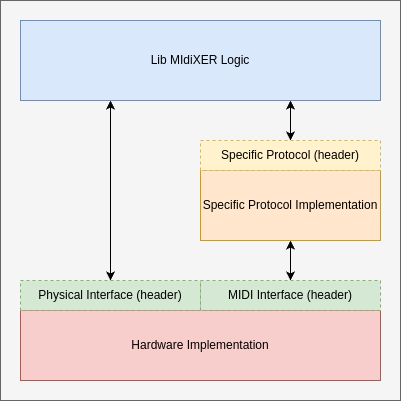
The draw.io diagram software/doc-files/arch.drawio.png in redivo/midixer, before a commit. Source tidied: cells renumbered, new cells last; positions are measured from the earlier drawing's top-left corner, leaving out a move shared by most shapes. Source of this version:
```xml
<mxGraphModel>
  <root>
    <mxCell id="0" />
    <mxCell id="1" parent="0" />
    <mxCell id="2" style="rounded=0;whiteSpace=wrap;html=1;fillColor=#f5f5f5;fontColor=#333333;strokeColor=#666666;" parent="1" vertex="1">
      <mxGeometry width="400" height="400" as="geometry" />
    </mxCell>
    <mxCell id="3" value="Hardware Implementation" style="rounded=0;whiteSpace=wrap;html=1;fillColor=#f8cecc;strokeColor=#b85450;" parent="1" vertex="1">
      <mxGeometry x="20" y="310" width="360" height="70" as="geometry" />
    </mxCell>
    <mxCell id="4" value="Physical Interface (header)" style="rounded=0;whiteSpace=wrap;html=1;fillColor=#d5e8d4;strokeColor=#82b366;dashed=1;" parent="1" vertex="1">
      <mxGeometry x="20" y="280" width="180" height="30" as="geometry" />
    </mxCell>
    <mxCell id="5" style="edgeStyle=none;html=1;exitX=0.75;exitY=1;exitDx=0;exitDy=0;startArrow=classic;startFill=1;entryX=0.5;entryY=0;entryDx=0;entryDy=0;" parent="1" edge="1" source="7" target="11">
      <mxGeometry relative="1" as="geometry" />
    </mxCell>
    <mxCell id="6" style="edgeStyle=none;html=1;exitX=0.25;exitY=1;exitDx=0;exitDy=0;startArrow=classic;startFill=1;" parent="1" edge="1" source="7" target="4">
      <mxGeometry relative="1" as="geometry" />
    </mxCell>
    <mxCell id="7" value="Lib MIdiXER Logic" style="rounded=0;whiteSpace=wrap;html=1;fillColor=#dae8fc;strokeColor=#6c8ebf;" parent="1" vertex="1">
      <mxGeometry x="20" y="20" width="360" height="80" as="geometry" />
    </mxCell>
    <mxCell id="8" style="edgeStyle=none;html=1;exitX=0.5;exitY=1;exitDx=0;exitDy=0;startArrow=classic;startFill=1;" parent="1" edge="1" source="9" target="10">
      <mxGeometry relative="1" as="geometry" />
    </mxCell>
    <mxCell id="9" value="Specific Protocol Implementation" style="rounded=0;whiteSpace=wrap;html=1;fillColor=#ffe6cc;strokeColor=#d79b00;" parent="1" vertex="1">
      <mxGeometry x="200" y="170" width="180" height="70" as="geometry" />
    </mxCell>
    <mxCell id="10" value="MIDI Interface (header)" style="rounded=0;whiteSpace=wrap;html=1;fillColor=#d5e8d4;strokeColor=#82b366;dashed=1;" parent="1" vertex="1">
      <mxGeometry x="200" y="280" width="180" height="30" as="geometry" />
    </mxCell>
    <mxCell id="11" value="Specific Protocol (header)" style="rounded=0;whiteSpace=wrap;html=1;fillColor=#fff2cc;strokeColor=#d6b656;dashed=1;" parent="1" vertex="1">
      <mxGeometry x="200" y="140" width="180" height="30" as="geometry" />
    </mxCell>
  </root>
</mxGraphModel>
```
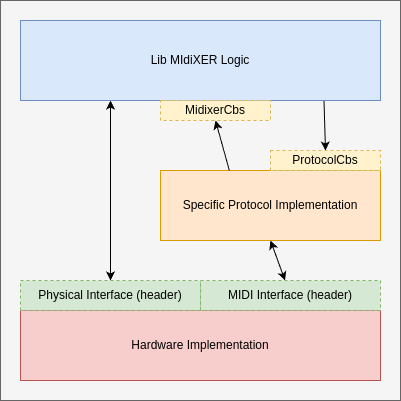
The same file after the commit.

Diff of the diagram source:
```diff
@@ -11,7 +11,7 @@
     <mxCell id="4" value="Physical Interface (header)" style="rounded=0;whiteSpace=wrap;html=1;fillColor=#d5e8d4;strokeColor=#82b366;dashed=1;" parent="1" vertex="1">
       <mxGeometry x="20" y="280" width="180" height="30" as="geometry" />
     </mxCell>
-    <mxCell id="5" style="edgeStyle=none;html=1;exitX=0.75;exitY=1;exitDx=0;exitDy=0;startArrow=classic;startFill=1;entryX=0.5;entryY=0;entryDx=0;entryDy=0;" parent="1" edge="1" source="7" target="11">
+    <mxCell id="5" style="edgeStyle=none;html=1;exitX=0.843;exitY=0.997;exitDx=0;exitDy=0;startArrow=none;startFill=0;entryX=0.5;entryY=0;entryDx=0;entryDy=0;exitPerimeter=0;" parent="1" edge="1" source="7" target="11">
       <mxGeometry relative="1" as="geometry" />
     </mxCell>
     <mxCell id="6" style="edgeStyle=none;html=1;exitX=0.25;exitY=1;exitDx=0;exitDy=0;startArrow=classic;startFill=1;" parent="1" edge="1" source="7" target="4">
@@ -24,13 +24,19 @@
       <mxGeometry relative="1" as="geometry" />
     </mxCell>
     <mxCell id="9" value="Specific Protocol Implementation" style="rounded=0;whiteSpace=wrap;html=1;fillColor=#ffe6cc;strokeColor=#d79b00;" parent="1" vertex="1">
-      <mxGeometry x="200" y="170" width="180" height="70" as="geometry" />
+      <mxGeometry x="160" y="170" width="220" height="70" as="geometry" />
     </mxCell>
     <mxCell id="10" value="MIDI Interface (header)" style="rounded=0;whiteSpace=wrap;html=1;fillColor=#d5e8d4;strokeColor=#82b366;dashed=1;" parent="1" vertex="1">
       <mxGeometry x="200" y="280" width="180" height="30" as="geometry" />
     </mxCell>
-    <mxCell id="11" value="Specific Protocol (header)" style="rounded=0;whiteSpace=wrap;html=1;fillColor=#fff2cc;strokeColor=#d6b656;dashed=1;" parent="1" vertex="1">
-      <mxGeometry x="200" y="140" width="180" height="30" as="geometry" />
+    <mxCell id="11" value="ProtocolCbs" style="rounded=0;whiteSpace=wrap;html=1;fillColor=#fff2cc;strokeColor=#d6b656;dashed=1;" parent="1" vertex="1">
+      <mxGeometry x="270" y="150" width="110" height="20" as="geometry" />
     </mxCell>
+    <mxCell id="12" style="edgeStyle=none;html=1;exitX=0.5;exitY=1;exitDx=0;exitDy=0;entryX=0.313;entryY=0;entryDx=0;entryDy=0;entryPerimeter=0;startArrow=classic;startFill=1;endArrow=none;endFill=0;" parent="1" edge="1" source="13" target="9">
+      <mxGeometry relative="1" as="geometry" />
+    </mxCell>
+    <mxCell id="13" value="MidixerCbs" style="rounded=0;whiteSpace=wrap;html=1;fillColor=#fff2cc;strokeColor=#d6b656;dashed=1;" parent="1" vertex="1">
+      <mxGeometry x="160" y="100" width="110" height="20" as="geometry" />
+    </mxCell>
   </root>
 </mxGraphModel>
```
